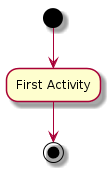
This is assets/images/plantuml-quickstart-a1.png from qingyunzs/qingyunzs.github.io, a PlantUML export, as it was before one commit.
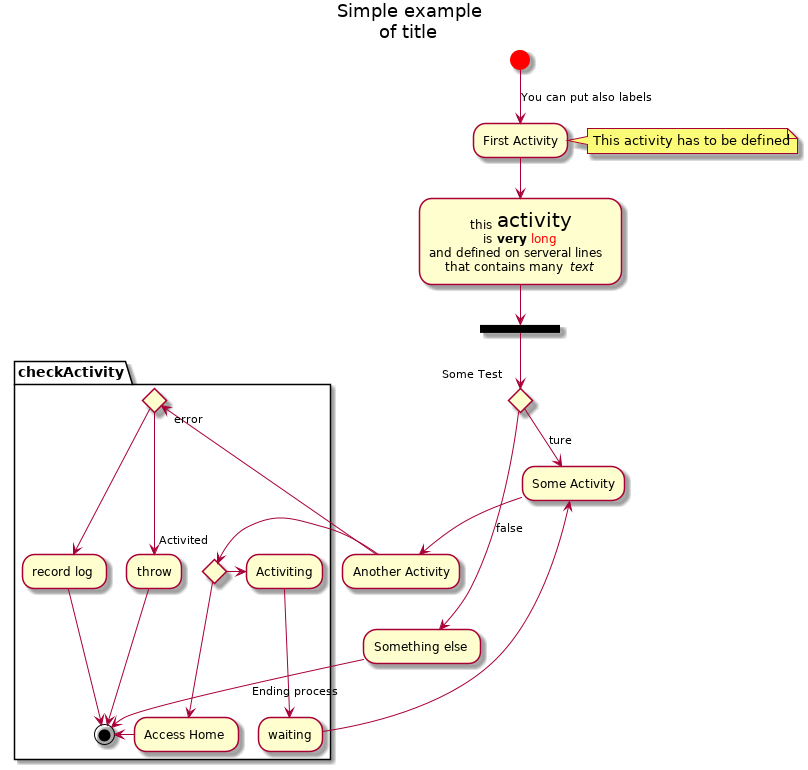
After the change.

What changed in the source:
```diff
@@ -1,4 +1,36 @@
 @startuml
-(*) --> "First Activity"
-"First Activity" --> (*)
+title Simple example\nof title
+skinparam activityStartColor red
+
+  (*) --> [You can put also labels] "First Activity"
+  note right: This activity has to be defined
+  --> "this <size:20>activity</size>
+       is <b>very</b> <color:red>long</color>
+       and defined on serveral lines
+       that contains many <i>text</i>" as A1
+  --> ===B1===
+  if " Some Test" then
+   -->[ture] "Some Activity" as someAct
+   --> "Another Activity" as act1
+   partition checkActivity
+   act1 -> if "Activited" then
+      	     -down->"Access Home"
+	     -right-> (*)
+     else
+      	     -left->"Activiting"
+	     -->"waiting"
+	     -->someAct
+     endif
+  act1 -> if "error" then
+	     -->"throw"
+	     -->(*)
+     else
+	--> "record log"
+	-->(*)
+     endif
+   end partition
+  else
+   ->[false] "Something else"
+   -->[Ending process] (*)
+  endif
 @enduml
```
